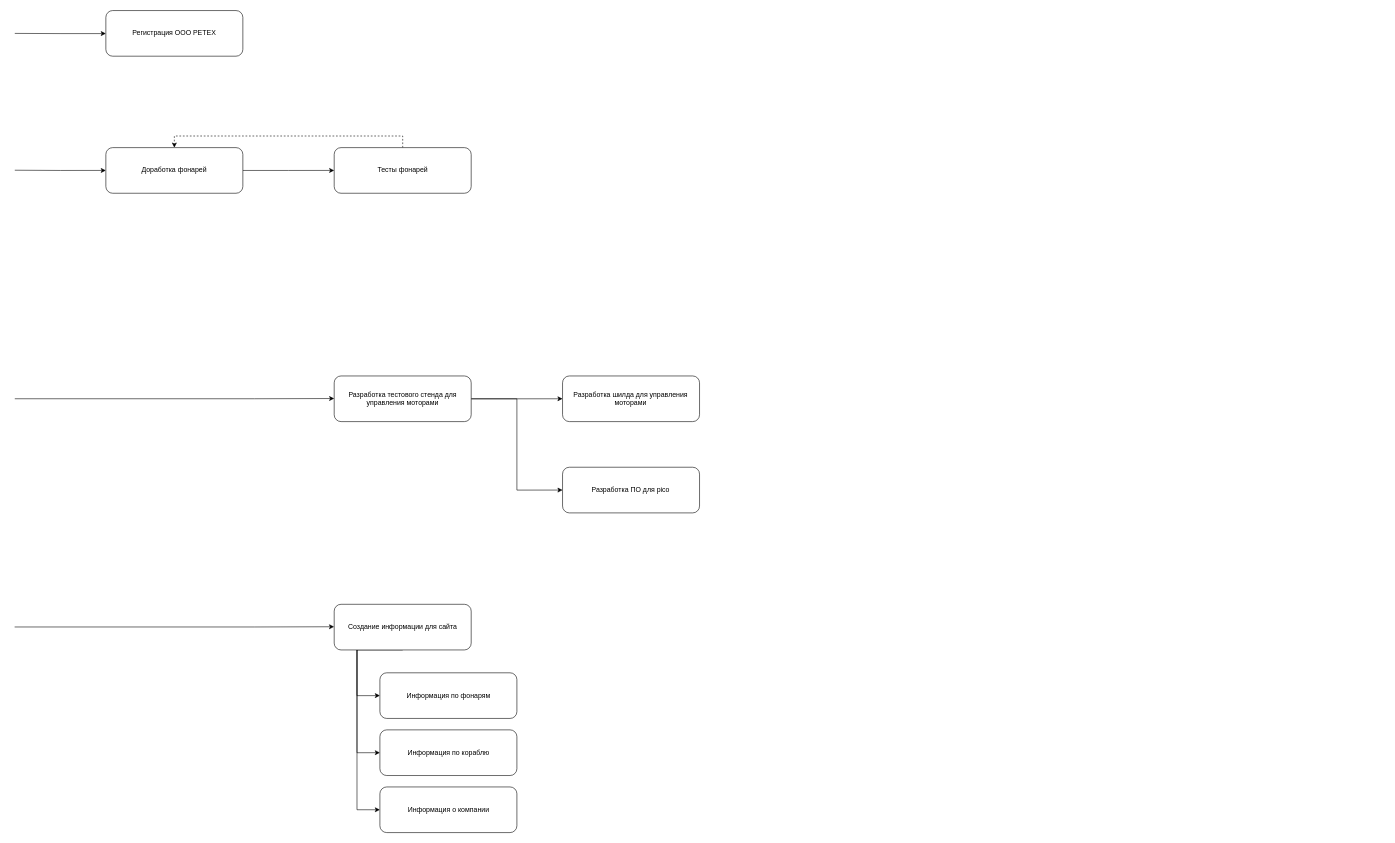
This is development_plan.drawio from research-tec/development-plan, a draw.io file, before an edit. Source tidied: cells renumbered, new cells numbered last; positions are measured from the earlier drawing's top-left corner, leaving out a move shared by most shapes. Both pictures are drawn from the tidied source at 58%, with x=0, y=0 at pixel (14, 10).
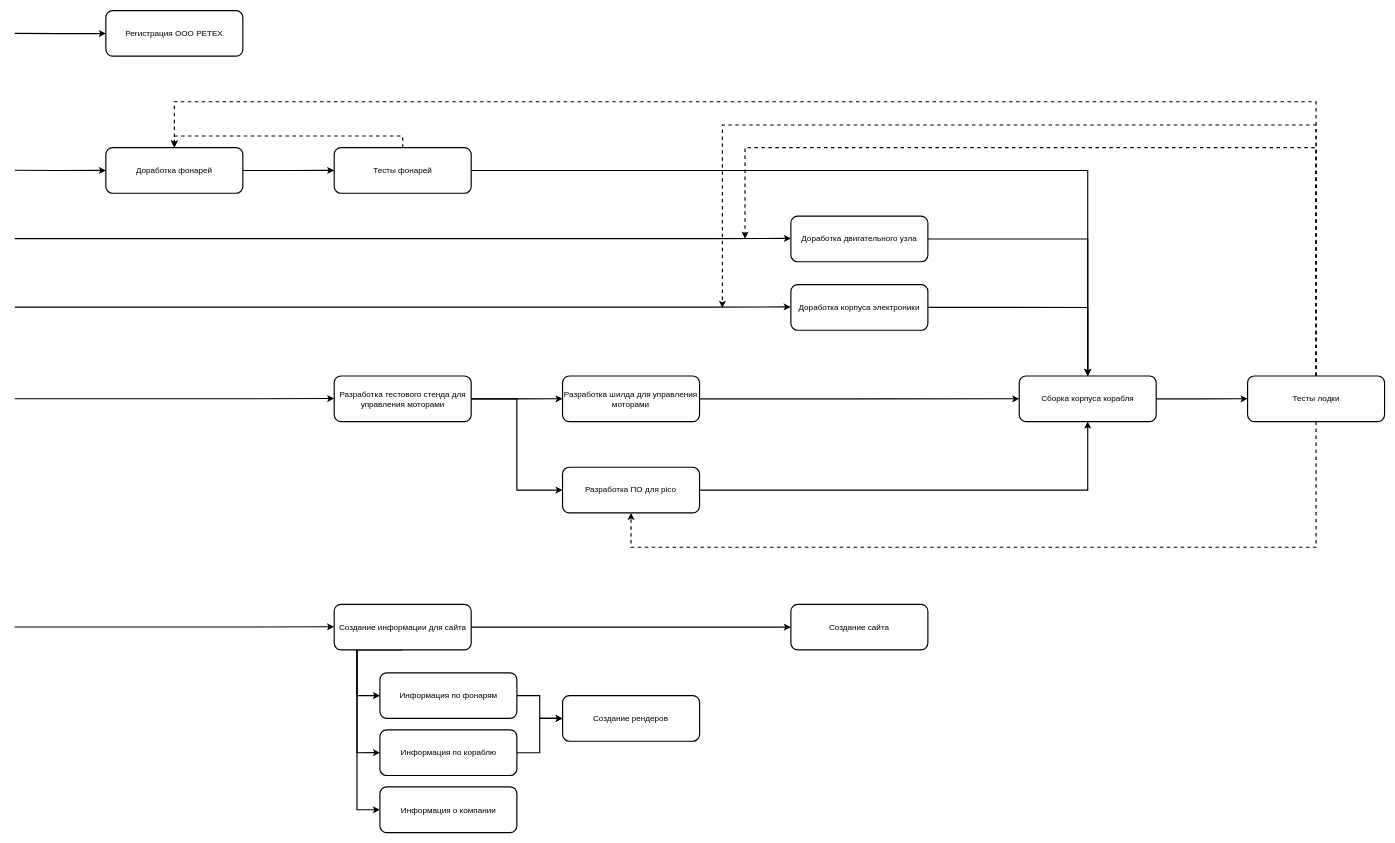
The same diagram, later.

What changed in the source:
```diff
@@
-    <mxCell id="2" value="Регистрация ООО РЕТЕХ" style="rounded=1;whiteSpace=wrap;html=1;" parent="1" vertex="1">
+    <mxCell id="2" value="Регистрация ООО РЕТЕХ" style="rounded=1;whiteSpace=wrap;html=1;fontSize=14;fontFamily=Helvetica;strokeWidth=2;" parent="1" vertex="1">
       <mxGeometry x="157" y="-0.3" width="236.2" height="78.7" as="geometry" />
     </mxCell>
-    <mxCell id="3" style="edgeStyle=orthogonalEdgeStyle;rounded=0;jettySize=auto;html=1;entryX=0;entryY=0.5;entryDx=0;entryDy=0;" parent="1" edge="1" source="5" target="7">
+    <mxCell id="3" style="edgeStyle=orthogonalEdgeStyle;rounded=0;jettySize=auto;html=1;entryX=0;entryY=0.5;entryDx=0;entryDy=0;fontSize=14;fontFamily=Helvetica;strokeWidth=2;" parent="1" edge="1" source="5" target="7">
       <mxGeometry relative="1" as="geometry" />
     </mxCell>
-    <mxCell id="4" style="edgeStyle=orthogonalEdgeStyle;rounded=0;jettySize=auto;html=1;exitX=0;exitY=0.5;exitDx=0;exitDy=0;strokeWidth=1;sketch=0;shadow=0;startArrow=classic;startFill=1;endArrow=none;endFill=0;" parent="1" edge="1" source="5">
+    <mxCell id="4" style="edgeStyle=orthogonalEdgeStyle;rounded=0;jettySize=auto;html=1;exitX=0;exitY=0.5;exitDx=0;exitDy=0;strokeWidth=2;sketch=0;shadow=0;startArrow=classic;startFill=1;endArrow=none;endFill=0;fontSize=14;fontFamily=Helvetica;" parent="1" edge="1" source="5">
       <mxGeometry relative="1" as="geometry">
         <mxPoint y="275" as="targetPoint" />
       </mxGeometry>
     </mxCell>
-    <mxCell id="5" value="Доработка фонарей" style="rounded=1;whiteSpace=wrap;html=1;" parent="1" vertex="1">
+    <mxCell id="5" value="Доработка фонарей" style="rounded=1;whiteSpace=wrap;html=1;fontSize=14;fontFamily=Helvetica;strokeWidth=2;" parent="1" vertex="1">
       <mxGeometry x="157" y="236" width="236.2" height="78.7" as="geometry" />
     </mxCell>
-    <mxCell id="6" style="edgeStyle=orthogonalEdgeStyle;rounded=0;jettySize=auto;html=1;entryX=0.5;entryY=0;entryDx=0;entryDy=0;dashed=1;strokeWidth=1;" parent="1" edge="1" source="7" target="5">
+    <mxCell id="6" style="edgeStyle=orthogonalEdgeStyle;rounded=0;jettySize=auto;html=1;entryX=0.5;entryY=0;entryDx=0;entryDy=0;dashed=1;strokeWidth=2;fontSize=14;fontFamily=Helvetica;" parent="1" edge="1" source="7" target="5">
       <mxGeometry relative="1" as="geometry">
         <Array as="points">
           <mxPoint x="669" y="216" />
           <mxPoint x="275" y="216" />
         </Array>
       </mxGeometry>
     </mxCell>
+    <mxCell id="23" style="edgeStyle=orthogonalEdgeStyle;rounded=0;sketch=0;jettySize=auto;html=1;entryX=0.5;entryY=0;entryDx=0;entryDy=0;shadow=0;strokeWidth=2;fontFamily=Helvetica;fontSize=14;startArrow=none;startFill=0;endArrow=classic;endFill=1;" parent="1" edge="1" source="7" target="38">
+      <mxGeometry relative="1" as="geometry" />
+    </mxCell>
-    <mxCell id="7" value="Тесты фонарей" style="rounded=1;whiteSpace=wrap;html=1;" parent="1" vertex="1">
+    <mxCell id="7" value="Тесты фонарей" style="rounded=1;whiteSpace=wrap;html=1;fontSize=14;fontFamily=Helvetica;strokeWidth=2;" parent="1" vertex="1">
       <mxGeometry x="550.7" y="236" width="236.2" height="78.7" as="geometry" />
     </mxCell>
-    <mxCell id="8" style="edgeStyle=orthogonalEdgeStyle;rounded=0;orthogonalLoop=1;jettySize=auto;html=1;exitX=0;exitY=0.5;exitDx=0;exitDy=0;strokeWidth=1;sketch=0;shadow=0;startArrow=classic;startFill=1;endArrow=none;endFill=0;" parent="1" edge="1">
+    <mxCell id="8" style="edgeStyle=orthogonalEdgeStyle;rounded=0;orthogonalLoop=1;jettySize=auto;html=1;exitX=0;exitY=0.5;exitDx=0;exitDy=0;strokeWidth=2;sketch=0;shadow=0;startArrow=classic;startFill=1;endArrow=none;endFill=0;fontSize=14;fontFamily=Helvetica;" parent="1" edge="1">
       <mxGeometry relative="1" as="geometry">
         <mxPoint x="157" y="39.4" as="sourcePoint" />
         <mxPoint y="39.1" as="targetPoint" />
         <Array as="points">
           <mxPoint x="78" y="39" />
           <mxPoint y="39" />
         </Array>
       </mxGeometry>
     </mxCell>
-    <mxCell id="9" style="edgeStyle=orthogonalEdgeStyle;rounded=0;sketch=0;jettySize=auto;html=1;entryX=0;entryY=0.5;entryDx=0;entryDy=0;shadow=0;strokeWidth=1;startArrow=none;startFill=0;endArrow=classic;endFill=1;" parent="1" edge="1" source="11" target="13">
+    <mxCell id="9" style="edgeStyle=orthogonalEdgeStyle;rounded=0;sketch=0;jettySize=auto;html=1;entryX=0;entryY=0.5;entryDx=0;entryDy=0;shadow=0;strokeWidth=2;startArrow=none;startFill=0;endArrow=classic;endFill=1;fontSize=14;fontFamily=Helvetica;" parent="1" edge="1" source="11" target="13">
       <mxGeometry relative="1" as="geometry" />
     </mxCell>
-    <mxCell id="10" style="edgeStyle=orthogonalEdgeStyle;rounded=0;sketch=0;jettySize=auto;html=1;entryX=0;entryY=0.5;entryDx=0;entryDy=0;shadow=0;strokeWidth=1;startArrow=none;startFill=0;endArrow=classic;endFill=1;" parent="1" edge="1" source="11" target="14">
+    <mxCell id="10" style="edgeStyle=orthogonalEdgeStyle;rounded=0;sketch=0;jettySize=auto;html=1;entryX=0;entryY=0.5;entryDx=0;entryDy=0;shadow=0;strokeWidth=2;startArrow=none;startFill=0;endArrow=classic;endFill=1;fontSize=14;fontFamily=Helvetica;" parent="1" edge="1" source="11" target="14">
       <mxGeometry relative="1" as="geometry" />
     </mxCell>
-    <mxCell id="11" value="Разработка тестового стенда для управления моторами" style="rounded=1;whiteSpace=wrap;html=1;" parent="1" vertex="1">
+    <mxCell id="11" value="Разработка тестового стенда для управления моторами" style="rounded=1;whiteSpace=wrap;html=1;fontSize=14;fontFamily=Helvetica;strokeWidth=2;" parent="1" vertex="1">
       <mxGeometry x="550.7" y="629.7" width="236.2" height="78.7" as="geometry" />
     </mxCell>
-    <mxCell id="12" style="edgeStyle=orthogonalEdgeStyle;rounded=0;orthogonalLoop=1;jettySize=auto;html=1;entryX=0;entryY=0.5;entryDx=0;entryDy=0;" parent="1" edge="1">
+    <mxCell id="12" style="edgeStyle=orthogonalEdgeStyle;rounded=0;orthogonalLoop=1;jettySize=auto;html=1;entryX=0;entryY=0.5;entryDx=0;entryDy=0;fontSize=14;fontFamily=Helvetica;strokeWidth=2;" parent="1" edge="1">
       <mxGeometry relative="1" as="geometry">
         <mxPoint y="669" as="sourcePoint" />
         <mxPoint x="550.7" y="668.6" as="targetPoint" />
         <Array as="points">
           <mxPoint x="413" y="669" />
           <mxPoint x="413" y="669" />
         </Array>
       </mxGeometry>
     </mxCell>
+    <mxCell id="24" style="edgeStyle=orthogonalEdgeStyle;rounded=0;sketch=0;jettySize=auto;html=1;entryX=0;entryY=0.5;entryDx=0;entryDy=0;shadow=0;strokeWidth=2;fontFamily=Helvetica;fontSize=14;startArrow=none;startFill=0;endArrow=classic;endFill=1;" parent="1" edge="1" source="13" target="38">
+      <mxGeometry relative="1" as="geometry" />
+    </mxCell>
-    <mxCell id="13" value="Разработка шилда для управления моторами" style="rounded=1;whiteSpace=wrap;html=1;" parent="1" vertex="1">
+    <mxCell id="13" value="Разработка шилда для управления моторами" style="rounded=1;whiteSpace=wrap;html=1;fontSize=14;fontFamily=Helvetica;strokeWidth=2;" parent="1" vertex="1">
       <mxGeometry x="944.4" y="629.7" width="236.2" height="78.7" as="geometry" />
     </mxCell>
+    <mxCell id="25" style="edgeStyle=orthogonalEdgeStyle;rounded=0;sketch=0;jettySize=auto;html=1;exitX=1;exitY=0.5;exitDx=0;exitDy=0;entryX=0.5;entryY=1;entryDx=0;entryDy=0;shadow=0;strokeWidth=2;fontFamily=Helvetica;fontSize=14;startArrow=none;startFill=0;endArrow=classic;endFill=1;" parent="1" edge="1" source="14" target="38">
+      <mxGeometry relative="1" as="geometry" />
+    </mxCell>
-    <mxCell id="14" value="Разработка ПО для pico" style="rounded=1;whiteSpace=wrap;html=1;" parent="1" vertex="1">
+    <mxCell id="14" value="Разработка ПО для pico" style="rounded=1;whiteSpace=wrap;html=1;fontSize=14;fontFamily=Helvetica;strokeWidth=2;" parent="1" vertex="1">
       <mxGeometry x="944.4" y="787.1" width="236.2" height="78.7" as="geometry" />
     </mxCell>
-    <mxCell id="15" style="edgeStyle=orthogonalEdgeStyle;rounded=0;sketch=0;jettySize=auto;html=1;entryX=0;entryY=0.5;entryDx=0;entryDy=0;shadow=0;strokeWidth=1;startArrow=none;startFill=0;endArrow=classic;endFill=1;" parent="1" edge="1" source="18" target="19">
+    <mxCell id="15" style="edgeStyle=orthogonalEdgeStyle;rounded=0;sketch=0;jettySize=auto;html=1;entryX=0;entryY=0.5;entryDx=0;entryDy=0;shadow=0;strokeWidth=2;startArrow=none;startFill=0;endArrow=classic;endFill=1;fontSize=14;fontFamily=Helvetica;" parent="1" edge="1" source="18" target="19">
       <mxGeometry relative="1" as="geometry">
         <Array as="points">
           <mxPoint x="590" y="1181" />
         </Array>
       </mxGeometry>
     </mxCell>
-    <mxCell id="16" style="edgeStyle=orthogonalEdgeStyle;rounded=0;sketch=0;jettySize=auto;html=1;entryX=0;entryY=0.5;entryDx=0;entryDy=0;shadow=0;strokeWidth=1;startArrow=none;startFill=0;endArrow=classic;endFill=1;" parent="1" edge="1" source="18" target="20">
+    <mxCell id="16" style="edgeStyle=orthogonalEdgeStyle;rounded=0;sketch=0;jettySize=auto;html=1;entryX=0;entryY=0.5;entryDx=0;entryDy=0;shadow=0;strokeWidth=2;startArrow=none;startFill=0;endArrow=classic;endFill=1;fontSize=14;fontFamily=Helvetica;" parent="1" edge="1" source="18" target="20">
       <mxGeometry relative="1" as="geometry">
         <Array as="points">
           <mxPoint x="590" y="1279" />
         </Array>
       </mxGeometry>
     </mxCell>
-    <mxCell id="17" style="edgeStyle=orthogonalEdgeStyle;rounded=0;sketch=0;jettySize=auto;html=1;exitX=0.5;exitY=1;exitDx=0;exitDy=0;entryX=0;entryY=0.5;entryDx=0;entryDy=0;shadow=0;strokeWidth=1;startArrow=none;startFill=0;endArrow=classic;endFill=1;" parent="1" edge="1" source="18" target="21">
+    <mxCell id="17" style="edgeStyle=orthogonalEdgeStyle;rounded=0;sketch=0;jettySize=auto;html=1;exitX=0.5;exitY=1;exitDx=0;exitDy=0;entryX=0;entryY=0.5;entryDx=0;entryDy=0;shadow=0;strokeWidth=2;startArrow=none;startFill=0;endArrow=classic;endFill=1;fontSize=14;fontFamily=Helvetica;" parent="1" edge="1" source="18" target="21">
       <mxGeometry relative="1" as="geometry">
         <Array as="points">
           <mxPoint x="590" y="1102" />
           <mxPoint x="590" y="1378" />
         </Array>
       </mxGeometry>
     </mxCell>
+    <mxCell id="26" style="edgeStyle=orthogonalEdgeStyle;rounded=0;sketch=0;jettySize=auto;html=1;entryX=0;entryY=0.5;entryDx=0;entryDy=0;shadow=0;strokeWidth=2;fontFamily=Helvetica;fontSize=14;startArrow=none;startFill=0;endArrow=classic;endFill=1;" parent="1" edge="1" source="18" target="36">
+      <mxGeometry relative="1" as="geometry" />
+    </mxCell>
-    <mxCell id="18" value="Создание информации для сайта" style="rounded=1;whiteSpace=wrap;html=1;" parent="1" vertex="1">
+    <mxCell id="18" value="Создание информации для сайта" style="rounded=1;whiteSpace=wrap;html=1;fontSize=14;fontFamily=Helvetica;strokeWidth=2;" parent="1" vertex="1">
       <mxGeometry x="550.7" y="1023.4" width="236.2" height="78.7" as="geometry" />
     </mxCell>
+    <mxCell id="27" style="edgeStyle=orthogonalEdgeStyle;rounded=0;sketch=0;jettySize=auto;html=1;entryX=0;entryY=0.5;entryDx=0;entryDy=0;shadow=0;strokeWidth=2;startArrow=none;startFill=0;endArrow=classic;endFill=1;fontSize=14;fontFamily=Helvetica;" parent="1" edge="1" source="19" target="29">
+      <mxGeometry relative="1" as="geometry" />
+    </mxCell>
-    <mxCell id="19" value="Информация по фонарям" style="rounded=1;whiteSpace=wrap;html=1;" parent="1" vertex="1">
+    <mxCell id="19" value="Информация по фонарям" style="rounded=1;whiteSpace=wrap;html=1;fontSize=14;fontFamily=Helvetica;strokeWidth=2;" parent="1" vertex="1">
       <mxGeometry x="629.5" y="1141.5" width="236.2" height="78.7" as="geometry" />
     </mxCell>
+    <mxCell id="28" style="edgeStyle=orthogonalEdgeStyle;rounded=0;sketch=0;jettySize=auto;html=1;entryX=0;entryY=0.5;entryDx=0;entryDy=0;shadow=0;strokeWidth=2;startArrow=none;startFill=0;endArrow=classic;endFill=1;fontSize=14;fontFamily=Helvetica;" parent="1" edge="1" source="20" target="29">
+      <mxGeometry relative="1" as="geometry" />
+    </mxCell>
-    <mxCell id="20" value="Информация по кораблю" style="rounded=1;whiteSpace=wrap;html=1;" parent="1" vertex="1">
+    <mxCell id="20" value="Информация по кораблю" style="rounded=1;whiteSpace=wrap;html=1;fontSize=14;fontFamily=Helvetica;strokeWidth=2;" parent="1" vertex="1">
       <mxGeometry x="629.5" y="1239.9" width="236.2" height="78.7" as="geometry" />
     </mxCell>
-    <mxCell id="21" value="Информация о компании" style="rounded=1;whiteSpace=wrap;html=1;" parent="1" vertex="1">
+    <mxCell id="21" value="Информация о компании" style="rounded=1;whiteSpace=wrap;html=1;fontSize=14;fontFamily=Helvetica;strokeWidth=2;" parent="1" vertex="1">
       <mxGeometry x="629.5" y="1338.3" width="236.2" height="78.7" as="geometry" />
     </mxCell>
-    <mxCell id="22" style="edgeStyle=orthogonalEdgeStyle;rounded=0;orthogonalLoop=1;jettySize=auto;html=1;entryX=0;entryY=0.5;entryDx=0;entryDy=0;" parent="1" edge="1">
+    <mxCell id="22" style="edgeStyle=orthogonalEdgeStyle;rounded=0;orthogonalLoop=1;jettySize=auto;html=1;entryX=0;entryY=0.5;entryDx=0;entryDy=0;fontSize=14;fontFamily=Helvetica;strokeWidth=2;" parent="1" edge="1">
       <mxGeometry relative="1" as="geometry">
         <mxPoint x="-0.3" y="1062.5" as="sourcePoint" />
         <mxPoint x="550.5" y="1062.1" as="targetPoint" />
         <Array as="points">
           <mxPoint x="412.7" y="1062.5" />
           <mxPoint x="412.7" y="1062.5" />
         </Array>
       </mxGeometry>
     </mxCell>
+    <mxCell id="29" value="Создание рендеров" style="rounded=1;whiteSpace=wrap;html=1;fontSize=14;fontFamily=Helvetica;strokeWidth=2;" parent="1" vertex="1">
+      <mxGeometry x="944.5" y="1180.8" width="236.2" height="78.7" as="geometry" />
+    </mxCell>
+    <mxCell id="30" style="edgeStyle=orthogonalEdgeStyle;rounded=0;sketch=0;jettySize=auto;html=1;exitX=1;exitY=0.5;exitDx=0;exitDy=0;shadow=0;strokeWidth=2;fontFamily=Helvetica;fontSize=14;startArrow=none;startFill=0;endArrow=classic;endFill=1;" parent="1" edge="1" source="31" target="38">
+      <mxGeometry relative="1" as="geometry" />
+    </mxCell>
+    <mxCell id="31" value="Доработка корпуса электроники" style="rounded=1;whiteSpace=wrap;html=1;fontSize=14;fontFamily=Helvetica;strokeWidth=2;" parent="1" vertex="1">
+      <mxGeometry x="1338.1" y="472.2" width="236.2" height="78.7" as="geometry" />
+    </mxCell>
+    <mxCell id="32" style="edgeStyle=orthogonalEdgeStyle;rounded=0;sketch=0;jettySize=auto;html=1;entryX=0.5;entryY=0;entryDx=0;entryDy=0;shadow=0;strokeWidth=2;fontFamily=Helvetica;fontSize=14;startArrow=none;startFill=0;endArrow=classic;endFill=1;" parent="1" edge="1" source="33" target="38">
+      <mxGeometry relative="1" as="geometry" />
+    </mxCell>
+    <mxCell id="33" value="Доработка двигательного узла" style="rounded=1;whiteSpace=wrap;html=1;fontSize=14;fontFamily=Helvetica;strokeWidth=2;" parent="1" vertex="1">
+      <mxGeometry x="1338.1" y="354.1" width="236.2" height="78.7" as="geometry" />
+    </mxCell>
+    <mxCell id="34" style="edgeStyle=orthogonalEdgeStyle;rounded=0;orthogonalLoop=1;jettySize=auto;html=1;entryX=0;entryY=0.5;entryDx=0;entryDy=0;fontSize=14;fontFamily=Helvetica;strokeWidth=2;" parent="1" edge="1">
+      <mxGeometry relative="1" as="geometry">
+        <mxPoint y="393" as="sourcePoint" />
+        <mxPoint x="1338.1" y="392.6" as="targetPoint" />
+        <Array as="points">
+          <mxPoint x="1200.4" y="393" />
+          <mxPoint x="1200.4" y="393" />
+        </Array>
+      </mxGeometry>
+    </mxCell>
+    <mxCell id="35" style="edgeStyle=orthogonalEdgeStyle;rounded=0;orthogonalLoop=1;jettySize=auto;html=1;entryX=0;entryY=0.5;entryDx=0;entryDy=0;fontSize=14;fontFamily=Helvetica;strokeWidth=2;" parent="1" edge="1">
+      <mxGeometry relative="1" as="geometry">
+        <mxPoint y="511" as="sourcePoint" />
+        <mxPoint x="1337.7" y="510.7" as="targetPoint" />
+        <Array as="points">
+          <mxPoint x="1200" y="511.1" />
+          <mxPoint x="1200" y="511.1" />
+        </Array>
+      </mxGeometry>
+    </mxCell>
+    <mxCell id="36" value="Создание сайта" style="rounded=1;whiteSpace=wrap;html=1;fontSize=14;fontFamily=Helvetica;strokeWidth=2;" parent="1" vertex="1">
+      <mxGeometry x="1338.1" y="1023.4" width="236.2" height="78.7" as="geometry" />
+    </mxCell>
+    <mxCell id="37" style="edgeStyle=orthogonalEdgeStyle;rounded=0;sketch=0;jettySize=auto;html=1;entryX=0;entryY=0.5;entryDx=0;entryDy=0;shadow=0;strokeWidth=2;fontFamily=Helvetica;fontSize=14;startArrow=none;startFill=0;endArrow=classic;endFill=1;" parent="1" edge="1" source="38" target="43">
+      <mxGeometry relative="1" as="geometry" />
+    </mxCell>
+    <mxCell id="38" value="Сборка корпуса корабля" style="rounded=1;whiteSpace=wrap;html=1;fontSize=14;fontFamily=Helvetica;strokeWidth=2;" parent="1" vertex="1">
+      <mxGeometry x="1731.8" y="629.7" width="236.2" height="78.7" as="geometry" />
+    </mxCell>
+    <mxCell id="39" style="edgeStyle=orthogonalEdgeStyle;rounded=0;sketch=0;jettySize=auto;html=1;entryX=0.5;entryY=0;entryDx=0;entryDy=0;shadow=0;strokeWidth=2;fontFamily=Helvetica;fontSize=14;startArrow=none;startFill=0;endArrow=classic;endFill=1;dashed=1;" parent="1" edge="1" source="43" target="5">
+      <mxGeometry relative="1" as="geometry">
+        <Array as="points">
+          <mxPoint x="2244" y="157" />
+          <mxPoint x="275" y="157" />
+        </Array>
+      </mxGeometry>
+    </mxCell>
+    <mxCell id="40" style="edgeStyle=orthogonalEdgeStyle;rounded=0;sketch=0;jettySize=auto;html=1;shadow=0;dashed=1;strokeWidth=2;fontFamily=Helvetica;fontSize=14;startArrow=none;startFill=0;endArrow=classic;endFill=1;" parent="1" edge="1" source="43">
+      <mxGeometry relative="1" as="geometry">
+        <mxPoint x="1259" y="393" as="targetPoint" />
+        <Array as="points">
+          <mxPoint x="2244" y="236" />
+          <mxPoint x="1259" y="236" />
+        </Array>
+      </mxGeometry>
+    </mxCell>
+    <mxCell id="41" style="edgeStyle=orthogonalEdgeStyle;rounded=0;sketch=0;jettySize=auto;html=1;shadow=0;dashed=1;strokeWidth=2;fontFamily=Helvetica;fontSize=14;startArrow=none;startFill=0;endArrow=classic;endFill=1;" parent="1" edge="1" source="43">
+      <mxGeometry relative="1" as="geometry">
+        <mxPoint x="1220" y="512" as="targetPoint" />
+        <Array as="points">
+          <mxPoint x="2244" y="197" />
+          <mxPoint x="1220" y="197" />
+        </Array>
+      </mxGeometry>
+    </mxCell>
+    <mxCell id="42" style="edgeStyle=orthogonalEdgeStyle;rounded=0;sketch=0;jettySize=auto;html=1;entryX=0.5;entryY=1;entryDx=0;entryDy=0;shadow=0;dashed=1;strokeWidth=2;fontFamily=Helvetica;fontSize=14;startArrow=none;startFill=0;endArrow=classic;endFill=1;" parent="1" edge="1" source="43" target="14">
+      <mxGeometry relative="1" as="geometry">
+        <Array as="points">
+          <mxPoint x="2244" y="925" />
+          <mxPoint x="1063" y="925" />
+        </Array>
+      </mxGeometry>
+    </mxCell>
+    <mxCell id="43" value="Тесты лодки" style="rounded=1;whiteSpace=wrap;html=1;fontSize=14;fontFamily=Helvetica;strokeWidth=2;" parent="1" vertex="1">
+      <mxGeometry x="2125.5" y="629.7" width="236.2" height="78.7" as="geometry" />
+    </mxCell>
```
